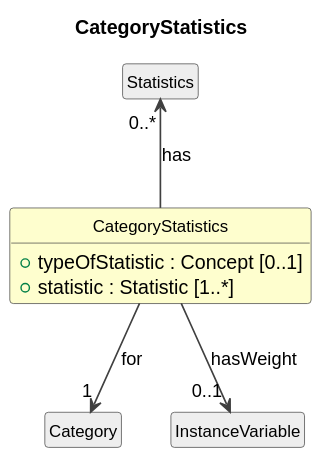
The PlantUML diagram cdif-uml-model/CDIFDataDescription/Classes/CategoryStatistics.svg in Cross-Domain-Interoperability-Framework/metadataBuildingBlocks, before a commit.
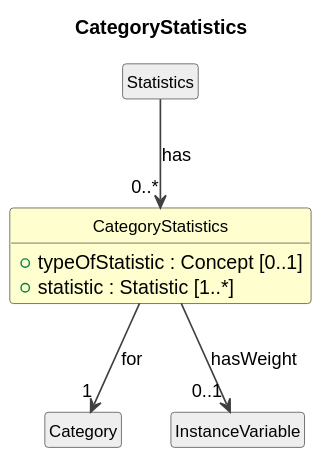
Above is the later version.

The edit, as a diff of the source:
```diff
@@ -15,7 +15,7 @@
   +statistic : Statistic [1..*]
 }
 class "Statistics" as Statistics #EEEEEE
-Statistics "0..*" <-- CategoryStatistics : has
+Statistics --> "0..*" CategoryStatistics : has
 class "Category" as Category #EEEEEE
 CategoryStatistics --> "1" Category : for
 class "InstanceVariable" as InstanceVariable #EEEEEE
```
